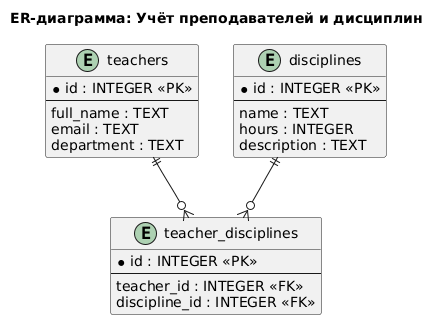
retttox/MyProject keeps this PlantUML diagram as docs/diagrams/er_diagram.png. Above is the earlier version. Source of this version:
```plantuml
@startuml
title ER-диаграмма: Учёт преподавателей и дисциплин

entity teachers {
  * id : INTEGER <<PK>>
  --
  full_name : TEXT
  email : TEXT
  department : TEXT
}

entity disciplines {
  * id : INTEGER <<PK>>
  --
  name : TEXT
  hours : INTEGER
  description : TEXT
}

entity teacher_disciplines {
  * id : INTEGER <<PK>>
  --
  teacher_id : INTEGER <<FK>>
  discipline_id : INTEGER <<FK>>
}

teachers ||--o{ teacher_disciplines
disciplines ||--o{ teacher_disciplines
@enduml
```
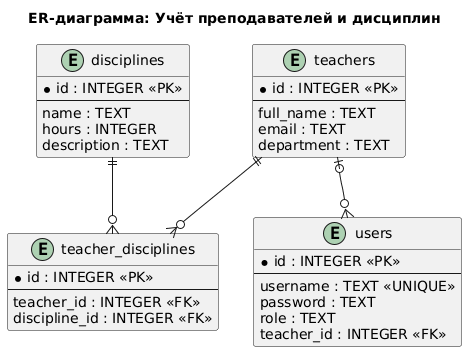
After the commit.

What changed in the source:
```diff
@@ -24,6 +24,16 @@
   discipline_id : INTEGER <<FK>>
 }
 
+entity users {
+  * id : INTEGER <<PK>>
+  --
+  username : TEXT <<UNIQUE>>
+  password : TEXT
+  role : TEXT
+  teacher_id : INTEGER <<FK>>
+}
+
 teachers ||--o{ teacher_disciplines
 disciplines ||--o{ teacher_disciplines
+teachers |o--o{ users
 @enduml
```
